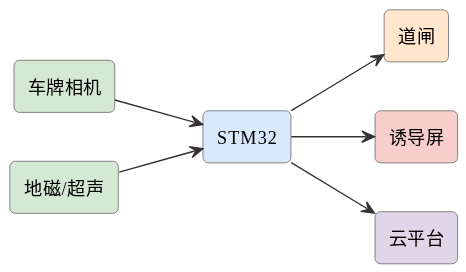
Before: assets/diagrams/ideas-fig58.svg, a diagram exported from PlantUML (mingyi0818/IntelligentMcuCourse).
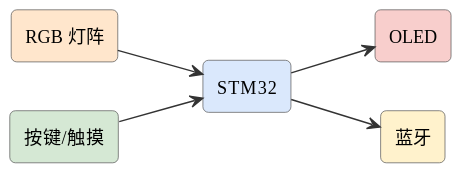
After the change.

What changed in the source:
```diff
@@ -6,15 +6,13 @@
 skinparam arrowFontSize 11
 skinparam arrowColor #333
 left to right direction
-rectangle "车牌相机" as cam #d5e8d4
+rectangle "RGB 灯阵" as led #ffe6cc
+rectangle "按键/触摸" as key #d5e8d4
 rectangle "STM32" as stm #dae8fc
-rectangle "地磁/超声" as mag #d5e8d4
-rectangle "道闸" as gate #ffe6cc
-rectangle "诱导屏" as scr #f8cecc
-rectangle "云平台" as cloud #e1d5e8
-cam --> stm
-mag --> stm
-stm --> gate
-stm --> scr
-stm --> cloud
+rectangle "OLED" as oled #f8cecc
+rectangle "蓝牙" as bt #fff2cc
+led --> stm
+key --> stm
+stm --> oled
+stm --> bt
 @enduml
```
